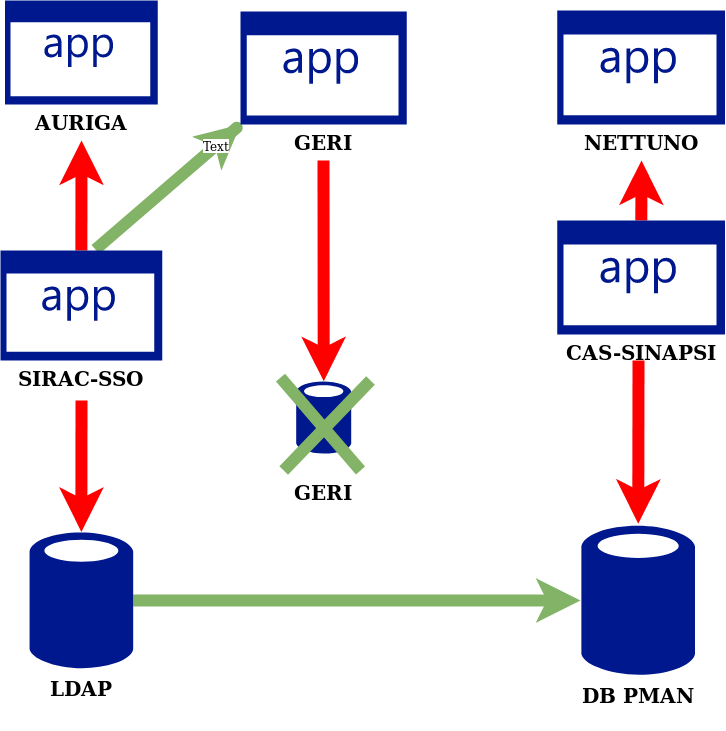
The draw.io diagram cas sinapsi_SIRAC sso.png in mdaghia/marcone, before a commit. Source tidied: cells renumbered, new cells last; positions are measured from the earlier drawing's top-left corner, leaving out a move shared by most shapes.
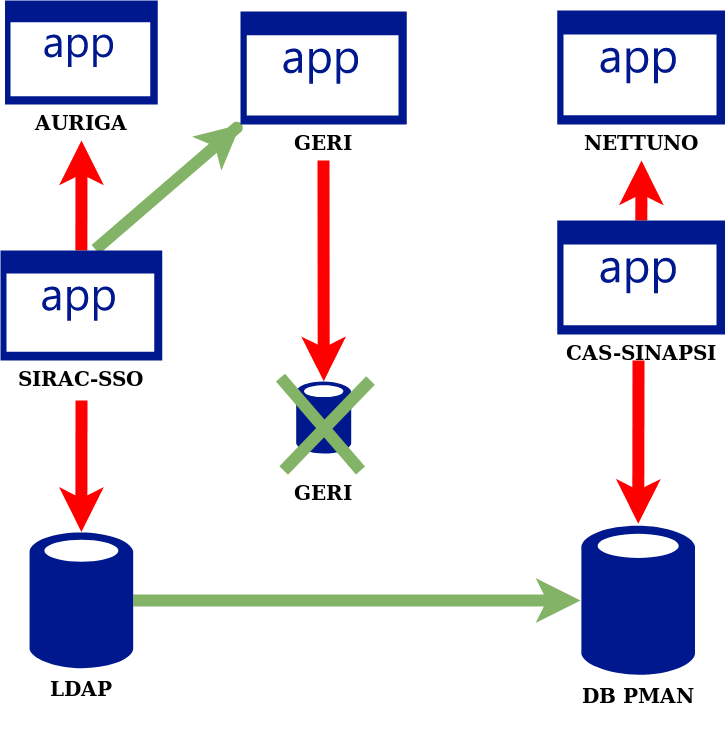
Above is the later version.

Diff of the diagram source:
```diff
@@ -9,11 +9,6 @@
         </Array>
       </mxGeometry>
     </mxCell>
-    <mxCell id="3" value="Text" style="text;html=1;align=center;verticalAlign=middle;labelBackgroundColor=#ffffff;" parent="2" vertex="1">
-      <mxGeometry x="0.67" y="1" relative="1" as="geometry">
-        <mxPoint x="-1" as="offset" />
-      </mxGeometry>
-    </mxCell>
     <mxCell id="4" style="edgeStyle=none;rounded=0;jettySize=auto;html=1;strokeColor=#82b366;strokeWidth=12;fillColor=#d5e8d4;" parent="1" edge="1" source="5">
       <mxGeometry relative="1" as="geometry">
         <mxPoint x="580" y="600" as="targetPoint" />
```
